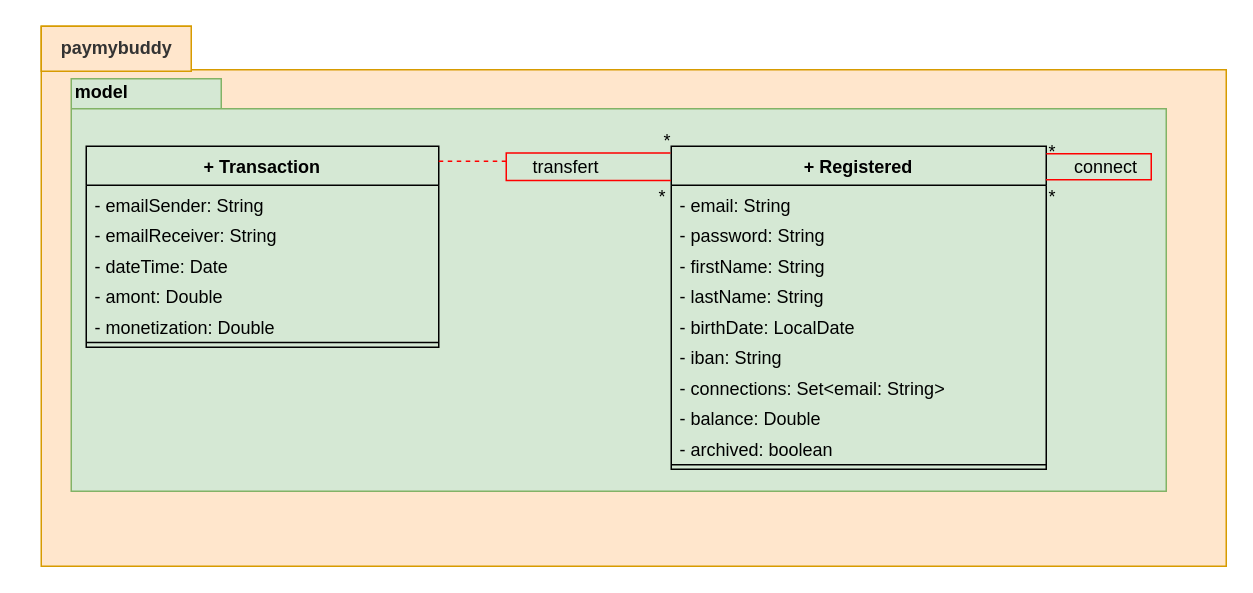
Before: page "Model classes" (2 of 3) of UML/payMyBuddyUML.drawio in emmo78/com.paymybuddy.paymybuddy, a draw.io diagram. Source tidied: cells renumbered, new cells numbered last; positions are measured from the earlier drawing's top-left corner, leaving out a move shared by most shapes. Both pictures are drawn from the tidied source at 150%, with x=0, y=0 at pixel (26, 26).
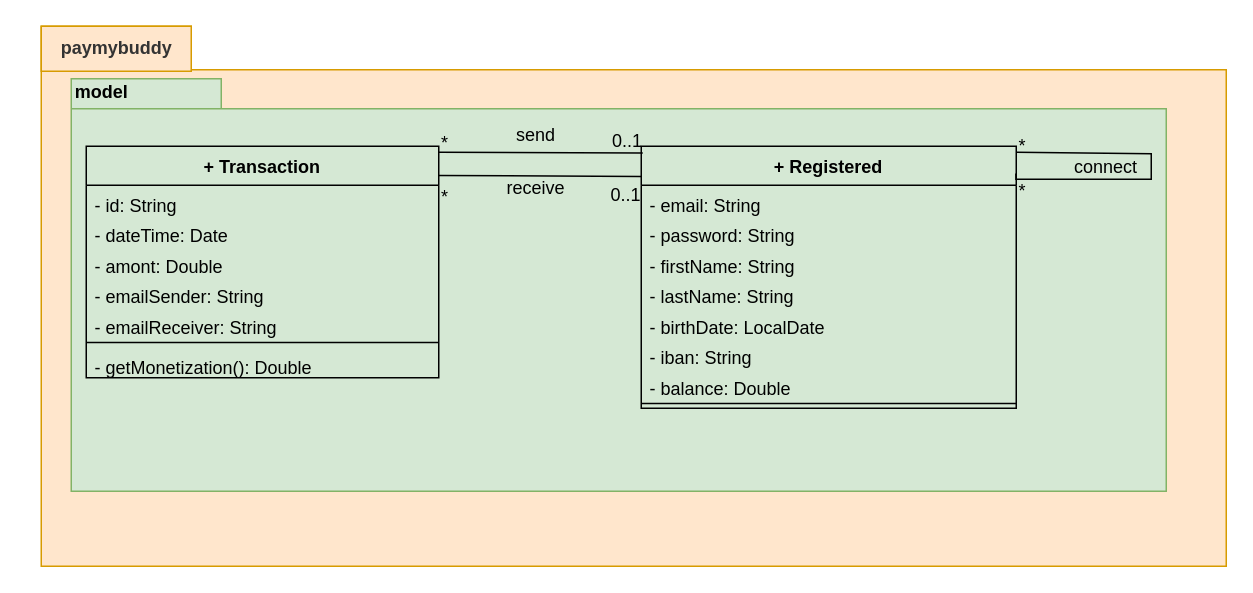
The same page after the edit.

The edit, as a diff of the source:
```diff
@@
     <mxCell id="6" value="+ Registered" style="swimlane;fontStyle=1;align=center;verticalAlign=top;horizontal=1;startSize=26;fillColor=#d5e8d4;strokeColor=#000000;" parent="1" vertex="1">
-      <mxGeometry x="430" y="80" width="250" height="215.4" as="geometry" />
+      <mxGeometry x="410" y="80" width="250" height="174.7" as="geometry" />
     </mxCell>
@@
-    <mxCell id="13" value="- connections: Set&lt;email: String&gt;" style="text;strokeColor=none;fillColor=none;align=left;verticalAlign=top;spacingLeft=4;spacingRight=4;overflow=hidden;" parent="6" vertex="1">
-      <mxGeometry y="148.1" width="250" height="20.3" as="geometry" />
-    </mxCell>
     <mxCell id="14" value="- balance: Double" style="text;strokeColor=none;fillColor=none;align=left;verticalAlign=top;spacingLeft=4;spacingRight=4;overflow=hidden;" parent="6" vertex="1">
-      <mxGeometry y="168.4" width="250" height="20.3" as="geometry" />
+      <mxGeometry y="148.1" width="250" height="20.3" as="geometry" />
     </mxCell>
-    <mxCell id="15" value="- archived: boolean" style="text;strokeColor=none;fillColor=none;align=left;verticalAlign=top;spacingLeft=4;spacingRight=4;overflow=hidden;" parent="6" vertex="1">
-      <mxGeometry y="188.7" width="250" height="20.3" as="geometry" />
-    </mxCell>
     <mxCell id="16" style="line;strokeWidth=1;fillColor=none;align=left;verticalAlign=middle;spacingTop=-1;spacingLeft=3;spacingRight=3;labelPosition=right;" parent="6" vertex="1">
-      <mxGeometry y="209.1" width="250" height="6.3" as="geometry" />
+      <mxGeometry y="168.4" width="250" height="6.3" as="geometry" />
     </mxCell>
     <mxCell id="17" value="+ Transaction" style="swimlane;fontStyle=1;align=center;verticalAlign=top;horizontal=1;startSize=26;fillColor=#d5e8d4;strokeColor=#000000;" parent="1" vertex="1">
-      <mxGeometry x="40" y="80" width="235" height="134" as="geometry" />
+      <mxGeometry x="40" y="80" width="235" height="154.3" as="geometry" />
     </mxCell>
+    <mxCell id="33" value="- id: String" style="text;strokeColor=none;fillColor=none;align=left;verticalAlign=top;spacingLeft=4;spacingRight=4;overflow=hidden;" parent="17" vertex="1">
+      <mxGeometry y="26" width="235" height="20.3" as="geometry" />
+    </mxCell>
+    <mxCell id="20" value="- dateTime: Date" style="text;strokeColor=none;fillColor=none;align=left;verticalAlign=top;spacingLeft=4;spacingRight=4;overflow=hidden;" parent="17" vertex="1">
+      <mxGeometry y="46.3" width="235" height="20.3" as="geometry" />
+    </mxCell>
+    <mxCell id="21" value="- amont: Double" style="text;strokeColor=none;fillColor=none;align=left;verticalAlign=top;spacingLeft=4;spacingRight=4;overflow=hidden;" parent="17" vertex="1">
+      <mxGeometry y="66.7" width="235" height="20.3" as="geometry" />
+    </mxCell>
     <mxCell id="18" value="- emailSender: String" style="text;strokeColor=none;fillColor=none;align=left;verticalAlign=top;spacingLeft=4;spacingRight=4;overflow=hidden;" parent="17" vertex="1">
-      <mxGeometry y="26" width="235" height="20.3" as="geometry" />
+      <mxGeometry y="87" width="235" height="20.3" as="geometry" />
     </mxCell>
     <mxCell id="19" value="- emailReceiver: String" style="text;strokeColor=none;fillColor=none;align=left;verticalAlign=top;spacingLeft=4;spacingRight=4;overflow=hidden;" parent="17" vertex="1">
-      <mxGeometry y="46.3" width="235" height="20.3" as="geometry" />
+      <mxGeometry y="107.4" width="235" height="20.3" as="geometry" />
     </mxCell>
-    <mxCell id="20" value="- dateTime: Date" style="text;strokeColor=none;fillColor=none;align=left;verticalAlign=top;spacingLeft=4;spacingRight=4;overflow=hidden;" parent="17" vertex="1">
-      <mxGeometry y="66.7" width="235" height="20.3" as="geometry" />
-    </mxCell>
-    <mxCell id="21" value="- amont: Double" style="text;strokeColor=none;fillColor=none;align=left;verticalAlign=top;spacingLeft=4;spacingRight=4;overflow=hidden;" parent="17" vertex="1">
-      <mxGeometry y="87" width="235" height="20.3" as="geometry" />
-    </mxCell>
-    <mxCell id="22" value="- monetization: Double" style="text;strokeColor=none;fillColor=none;align=left;verticalAlign=top;spacingLeft=4;spacingRight=4;overflow=hidden;" parent="17" vertex="1">
-      <mxGeometry y="107.4" width="235" height="20.3" as="geometry" />
-    </mxCell>
@@
+    <mxCell id="34" value="- getMonetization(): Double" style="text;strokeColor=none;fillColor=none;align=left;verticalAlign=top;spacingLeft=4;spacingRight=4;overflow=hidden;" parent="17" vertex="1">
+      <mxGeometry y="134" width="235" height="20.3" as="geometry" />
+    </mxCell>
-    <mxCell id="24" value="transfert" style="text;html=1;strokeColor=none;fillColor=none;align=center;verticalAlign=middle;whiteSpace=wrap;rounded=0;" parent="1" vertex="1">
-      <mxGeometry x="330" y="86" width="60" height="15" as="geometry" />
+    <mxCell id="24" value="send" style="text;html=1;strokeColor=none;fillColor=none;align=center;verticalAlign=middle;whiteSpace=wrap;rounded=0;" parent="1" vertex="1">
+      <mxGeometry x="310" y="65" width="60" height="15" as="geometry" />
     </mxCell>
@@
-    <mxCell id="26" style="endArrow=none;html=1;rounded=0;align=center;verticalAlign=top;endFill=0;labelBackgroundColor=none;strokeColor=#FF0000;entryX=1;entryY=0.023;entryDx=0;entryDy=0;entryPerimeter=0;edgeStyle=orthogonalEdgeStyle;exitX=0.999;exitY=0.104;exitDx=0;exitDy=0;exitPerimeter=0;" parent="1" edge="1" source="6" target="6">
+    <mxCell id="26" style="endArrow=none;html=1;rounded=0;align=center;verticalAlign=top;endFill=0;labelBackgroundColor=none;strokeColor=#000000;entryX=1;entryY=0.023;entryDx=0;entryDy=0;entryPerimeter=0;edgeStyle=orthogonalEdgeStyle;exitX=0.999;exitY=0.104;exitDx=0;exitDy=0;exitPerimeter=0;" parent="1" edge="1" source="6" target="6">
       <mxGeometry relative="1" as="geometry">
         <Array as="points">
           <mxPoint x="750" y="102" />
           <mxPoint x="750" y="85" />
         </Array>
       </mxGeometry>
     </mxCell>
@@
-    <mxCell id="29" style="endArrow=none;html=1;rounded=0;align=center;verticalAlign=top;endFill=0;labelBackgroundColor=none;strokeColor=#FF0000;exitX=-0.001;exitY=0.106;exitDx=0;exitDy=0;exitPerimeter=0;edgeStyle=orthogonalEdgeStyle;entryX=-0.002;entryY=0.021;entryDx=0;entryDy=0;entryPerimeter=0;" parent="1" edge="1" source="6" target="6">
-      <mxGeometry relative="1" as="geometry">
-        <Array as="points">
-          <mxPoint x="320" y="103" />
-          <mxPoint x="320" y="85" />
-          <mxPoint x="430" y="85" />
-        </Array>
-      </mxGeometry>
-    </mxCell>
-    <mxCell id="30" value="*" style="html=1;align=left;verticalAlign=top;labelBackgroundColor=none;" parent="29" vertex="1">
-      <mxGeometry x="-1" relative="1" as="geometry">
-        <mxPoint x="-10" y="-3" as="offset" />
-      </mxGeometry>
-    </mxCell>
-    <mxCell id="31" value="&lt;span style=&quot;text-align: left&quot;&gt;*&lt;/span&gt;" style="html=1;align=right;verticalAlign=bottom;labelBackgroundColor=none;" parent="29" vertex="1">
-      <mxGeometry x="1" relative="1" as="geometry" />
-    </mxCell>
-    <mxCell id="32" style="endArrow=none;dashed=1;html=1;rounded=0;strokeColor=#FF0000;exitX=1;exitY=0.075;exitDx=0;exitDy=0;exitPerimeter=0;" parent="1" edge="1" source="17">
-      <mxGeometry relative="1" as="geometry">
-        <mxPoint x="320" y="90" as="targetPoint" />
-      </mxGeometry>
-    </mxCell>
+    <mxCell id="35" style="endArrow=none;html=1;rounded=0;align=center;verticalAlign=top;endFill=0;labelBackgroundColor=none;entryX=0.004;entryY=0.026;entryDx=0;entryDy=0;exitX=1;exitY=0.026;exitDx=0;exitDy=0;strokeColor=#000000;exitPerimeter=0;entryPerimeter=0;" parent="1" edge="1" source="17" target="6">
+      <mxGeometry relative="1" as="geometry" />
+    </mxCell>
+    <mxCell id="36" value="*" style="html=1;align=left;verticalAlign=top;labelBackgroundColor=none;" parent="35" vertex="1">
+      <mxGeometry x="-1" relative="1" as="geometry">
+        <mxPoint y="-20" as="offset" />
+      </mxGeometry>
+    </mxCell>
+    <mxCell id="37" value="&lt;span style=&quot;text-align: left&quot;&gt;0..1&lt;/span&gt;" style="html=1;align=right;verticalAlign=bottom;labelBackgroundColor=none;" parent="35" vertex="1">
+      <mxGeometry x="1" relative="1" as="geometry" />
+    </mxCell>
+    <mxCell id="38" style="endArrow=none;html=1;rounded=0;align=center;verticalAlign=top;endFill=0;labelBackgroundColor=none;exitX=0.998;exitY=0.126;exitDx=0;exitDy=0;exitPerimeter=0;strokeColor=#000000;entryX=0;entryY=0.115;entryDx=0;entryDy=0;entryPerimeter=0;" parent="1" edge="1" source="17" target="6">
+      <mxGeometry relative="1" as="geometry" />
+    </mxCell>
+    <mxCell id="39" value="*" style="html=1;align=left;verticalAlign=top;labelBackgroundColor=none;" parent="38" vertex="1">
+      <mxGeometry x="-1" relative="1" as="geometry">
+        <mxPoint y="1" as="offset" />
+      </mxGeometry>
+    </mxCell>
+    <mxCell id="40" value="&lt;span style=&quot;text-align: left&quot;&gt;0..1&lt;/span&gt;" style="html=1;align=right;verticalAlign=bottom;labelBackgroundColor=none;" parent="38" vertex="1">
+      <mxGeometry x="1" relative="1" as="geometry">
+        <mxPoint y="21" as="offset" />
+      </mxGeometry>
+    </mxCell>
+    <mxCell id="41" value="receive" style="text;html=1;strokeColor=none;fillColor=none;align=center;verticalAlign=middle;whiteSpace=wrap;rounded=0;" parent="1" vertex="1">
+      <mxGeometry x="310" y="100" width="60" height="15" as="geometry" />
+    </mxCell>
```
